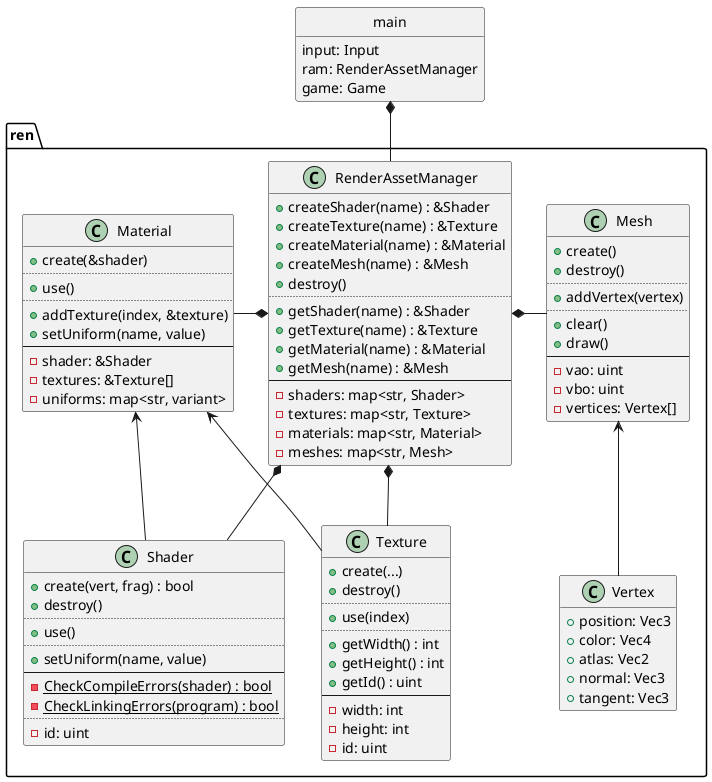
Before: design/assets.png, a diagram exported from PlantUML (ba6er/marblemaze). Its diagram source:
```plantuml
@startuml
set separator ::

class ren::Shader {
	+create(vert, frag) : bool
	+destroy()
	..
	+use()
	..
	+setUniform(name, value)
	--
	{static} -CheckCompileErrors(shader) : bool
	{static} -CheckLinkingErrors(program) : bool
	..
	-id: uint
}

class ren::Texture {
	+create(...)
	+destroy()
	..
	+use(index)
	..
	+getWidth() : int
	+getHeight() : int
	+getId() : uint
	--
	-width: int
	-height: int
	-id: uint
}

class ren::Material {
	+create(&shader)
	..
	+use()
	..
	+addTexture(index, &texture)
	+setUniform(name, value)
	--
	-shader: &Shader
	-textures: &Texture[]
	-uniforms: map<str, variant>
}

class ren::Vertex {
	+position: Vec3
	+color: Vec4
	+atlas: Vec2
	+normal: Vec3
	+tangent: Vec3
}
hide Vertex methods

class ren::Mesh {
	+create()
	+destroy()
	..
	+addVertex(vertex)
	..
	+clear()
	+draw()
	--
	-vao: uint
	-vbo: uint
	-vertices: Vertex[]
}

class ren::RenderAssetManager {
	+createShader(name) : &Shader
	+createTexture(name) : &Texture
	+createMaterial(name) : &Material
	+createMesh(name) : &Mesh
	+destroy()
	..
	+getShader(name) : &Shader
	+getTexture(name) : &Texture
	+getMaterial(name) : &Material
	+getMesh(name) : &Mesh
	--
	-shaders: map<str, Shader>
	-textures: map<str, Texture>
	-materials: map<str, Material>
	-meshes: map<str, Mesh>
}

class main {
	input: Input
	ram: RenderAssetManager
	game: Game
}
hide main circle
hide main methods

RenderAssetManager *-down- Shader
RenderAssetManager *-down- Texture
RenderAssetManager *-left- Material
RenderAssetManager *-right- Mesh

Material <-- Shader
Material <-- Texture

Mesh <-down- Vertex

main *-- RenderAssetManager

@enduml
```
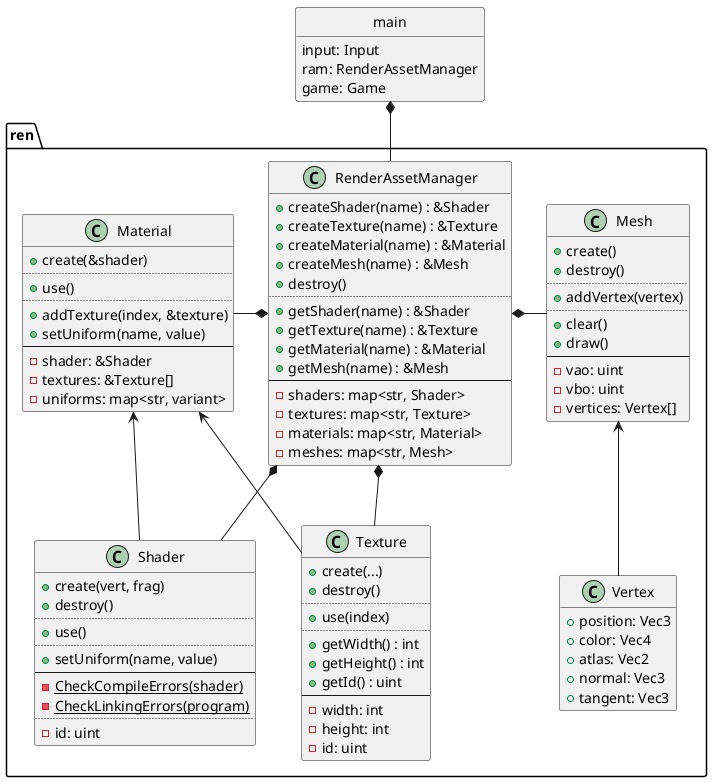
The same file after the commit.

Commit message:
Updated ren::Shader design to accommodate asserts

Diff of the diagram source:
```diff
@@ -2,15 +2,15 @@
 set separator ::
 
 class ren::Shader {
-	+create(vert, frag) : bool
+	+create(vert, frag)
 	+destroy()
 	..
 	+use()
 	..
 	+setUniform(name, value)
 	--
-	{static} -CheckCompileErrors(shader) : bool
-	{static} -CheckLinkingErrors(program) : bool
+	{static} -CheckCompileErrors(shader)
+	{static} -CheckLinkingErrors(program)
 	..
 	-id: uint
 }
```
